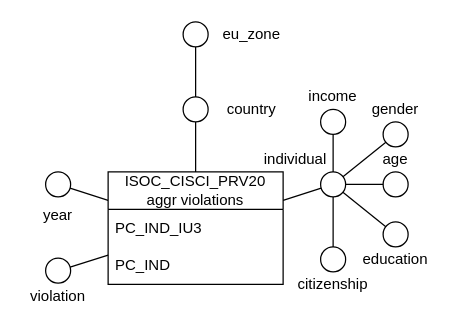
Earlier version of the draw.io diagram page "isoc_cisci_prv20" (3 of 5) of figures/dfm.drawio (amanfucci/sistemi-informativi). Source tidied: cells renumbered, new cells numbered last; positions are measured from the earlier drawing's top-left corner, leaving out a move shared by most shapes. Both pictures are drawn from the tidied source at 125%, with x=0, y=0 at pixel (39, 21).
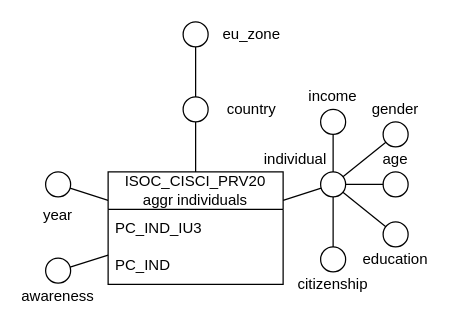
The same page after the edit.

The edit, as a diff of the source:
```diff
@@
-    <mxCell id="4" value="ISOC_CISCI_PRV20&lt;div&gt;aggr violations&lt;/div&gt;" style="swimlane;fontStyle=0;horizontal=1;startSize=30;whiteSpace=wrap;html=1;" parent="1" vertex="1">
+    <mxCell id="4" value="ISOC_CISCI_PRV20&lt;div&gt;aggr individuals&lt;/div&gt;" style="swimlane;fontStyle=0;horizontal=1;startSize=30;whiteSpace=wrap;html=1;" parent="1" vertex="1">
       <mxGeometry x="55" y="120" width="140" height="90" as="geometry" />
     </mxCell>
@@
-    <mxCell id="18" value="violation" style="text;html=1;whiteSpace=wrap;strokeColor=none;fillColor=none;align=center;verticalAlign=middle;rounded=0;" parent="1" vertex="1">
+    <mxCell id="18" value="awareness" style="text;html=1;whiteSpace=wrap;strokeColor=none;fillColor=none;align=center;verticalAlign=middle;rounded=0;" parent="1" vertex="1">
       <mxGeometry y="210" width="30" height="20" as="geometry" />
     </mxCell>
```
